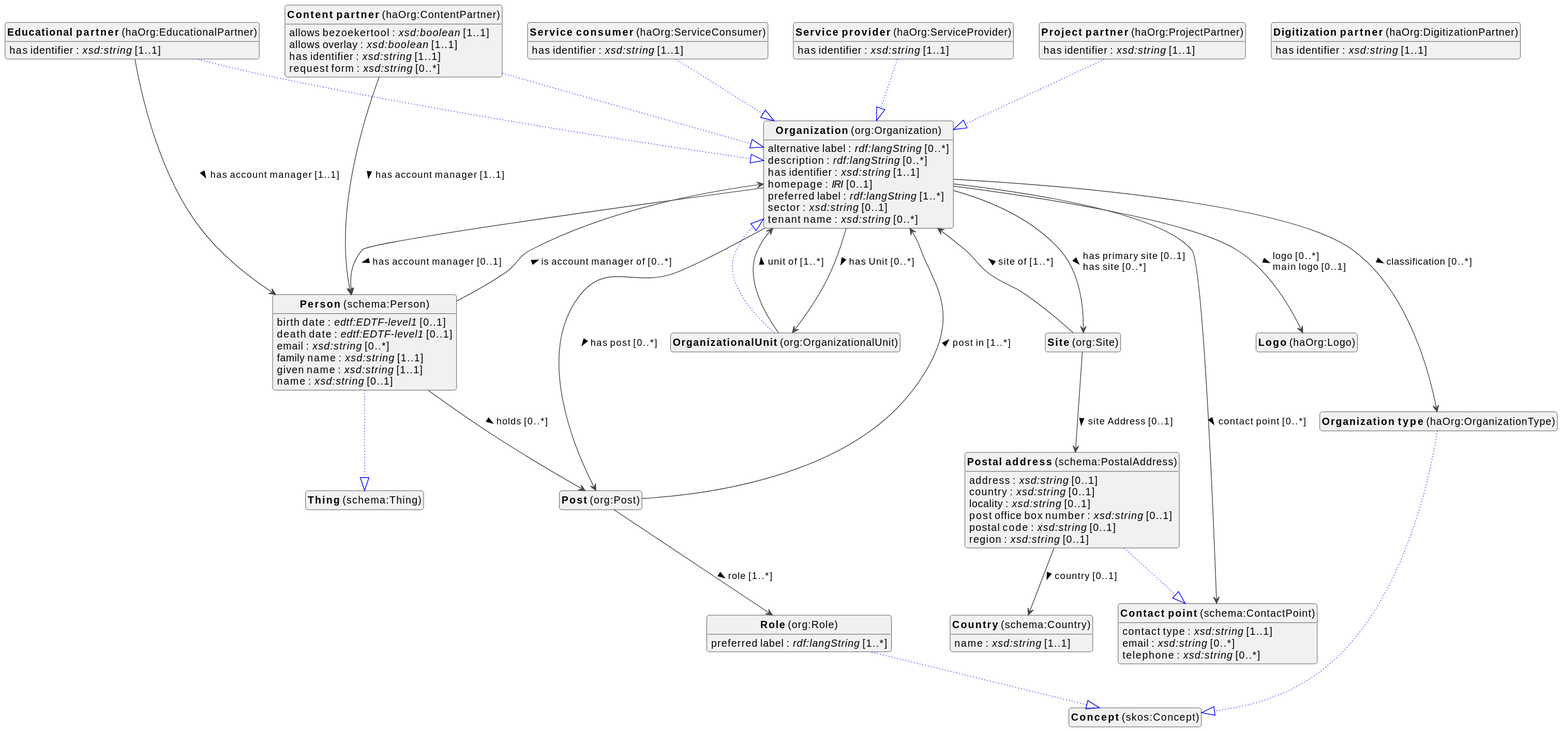
Before: docs/metadata/knowledge-graph/0.0.1/organizations/en/organizations-diagram.svg, a diagram exported from PlantUML (viaacode/documentation-jekyll).
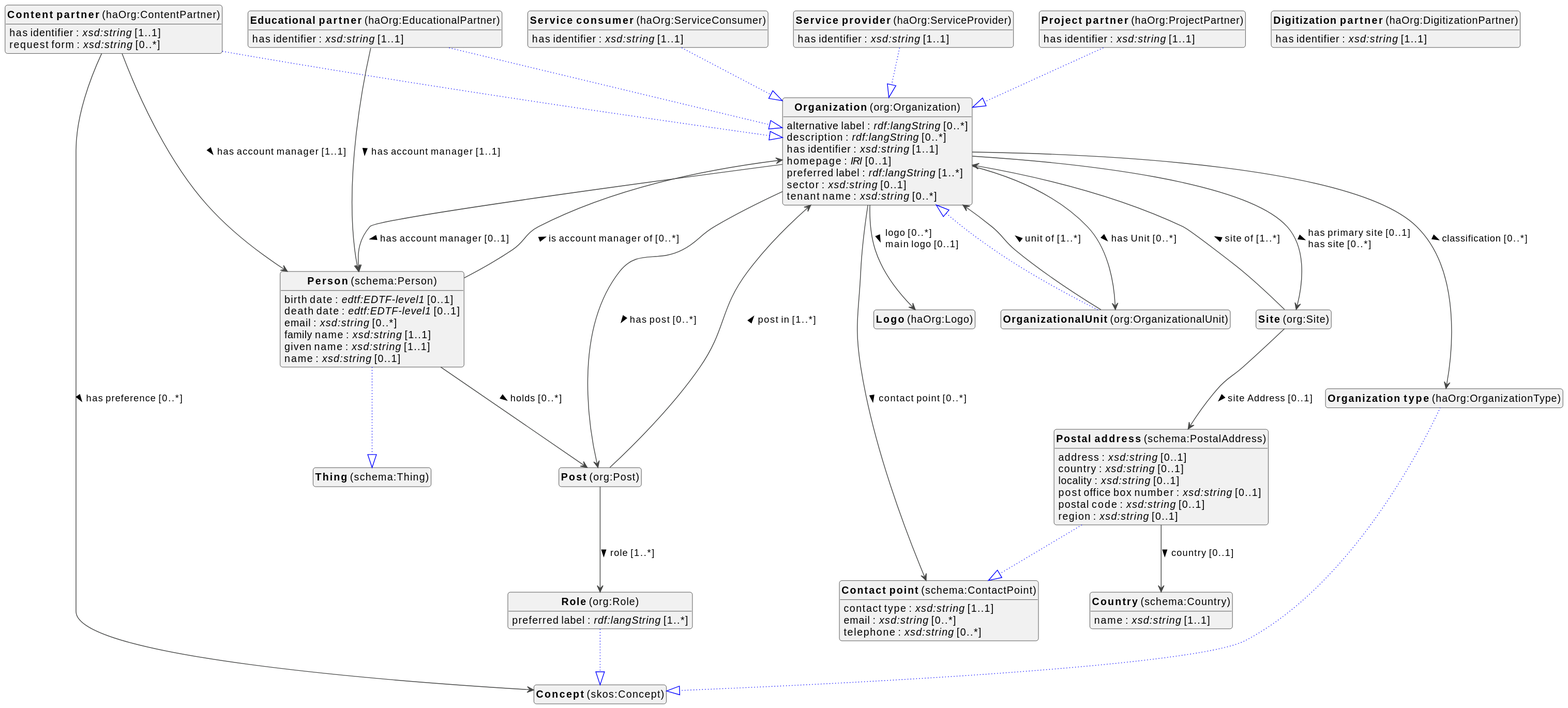
After the change.

What changed in the source:
```diff
@@ -10,6 +10,7 @@
 top to bottom direction
 
 
+class "<b>Concept</b> (skos:Concept)" as skos_Concept [[../../terms/en#skos%3AConcept]]
 class "<b>Contact point</b> (schema:ContactPoint)" as schema_ContactPoint [[#schema%3AContactPoint]]
 class "<b>Content partner</b> (haOrg:ContentPartner)" as haOrg_ContentPartner [[#haOrg%3AContentPartner]]
 class "<b>Organization</b> (org:Organization)" as org_Organization [[#org%3AOrganization]]
@@ -39,6 +40,8 @@
 class "<b>Site</b> (org:Site)" as org_Site [[#org%3ASite]]
 
 
+
+
 schema_ContactPoint : contact type : <i>xsd:string</i> [1..1]
 schema_ContactPoint : email : <i>xsd:string</i> [0..*]
 schema_ContactPoint : telephone : <i>xsd:string</i> [0..*]
@@ -46,12 +49,10 @@
 
 haOrg_ContentPartner --|> org_Organization #blue;line.dotted;text:blue
 
-haOrg_ContentPartner : allows bezoekertool : <i>xsd:boolean</i> [1..1]
-haOrg_ContentPartner : allows overlay : <i>xsd:boolean</i> [1..1]
 haOrg_ContentPartner : has identifier : <i>xsd:string</i> [1..1]
 haOrg_ContentPartner : request form : <i>xsd:string</i> [0..*]
 haOrg_ContentPartner --> schema_Person :has account manager [1..1]  >
-
+haOrg_ContentPartner --> skos_Concept :has preference [0..*]  >
 
 
 
```
